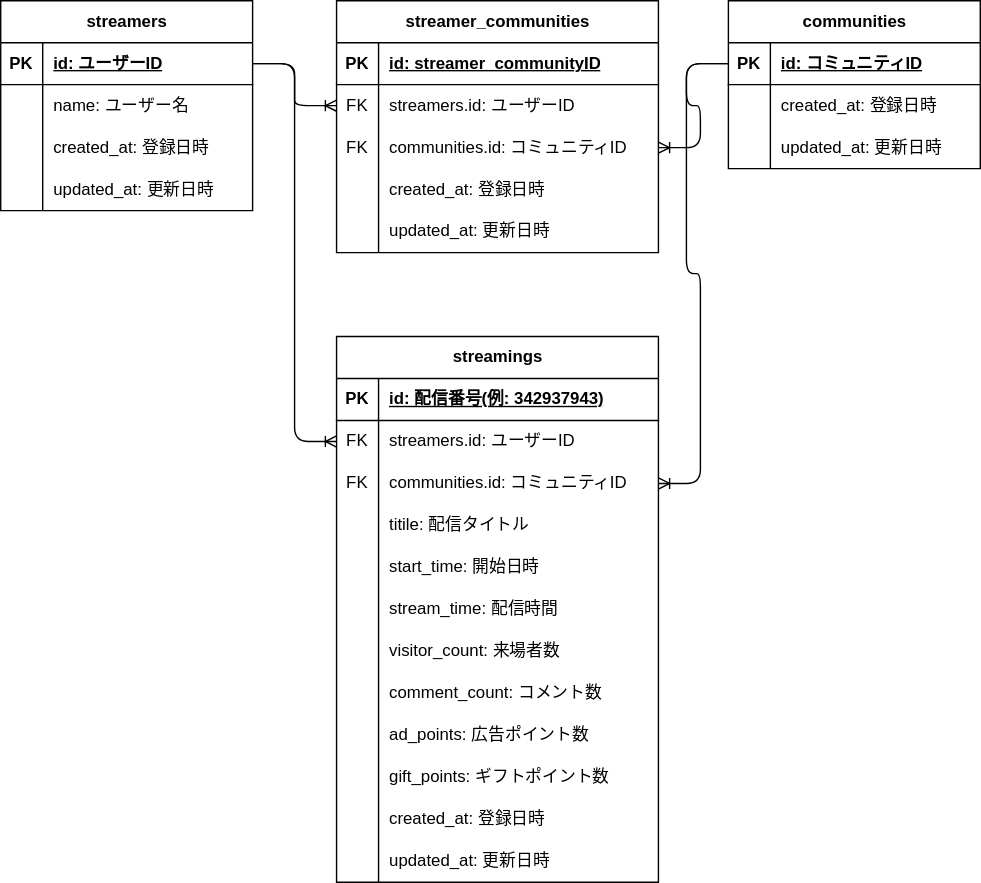
MASA20201203/NicodbLaravel keeps this draw.io diagram as ER図.drawio.svg. Above is the earlier version. Source tidied: cells renumbered, new cells last; positions are measured from the earlier drawing's top-left corner, leaving out a move shared by most shapes.
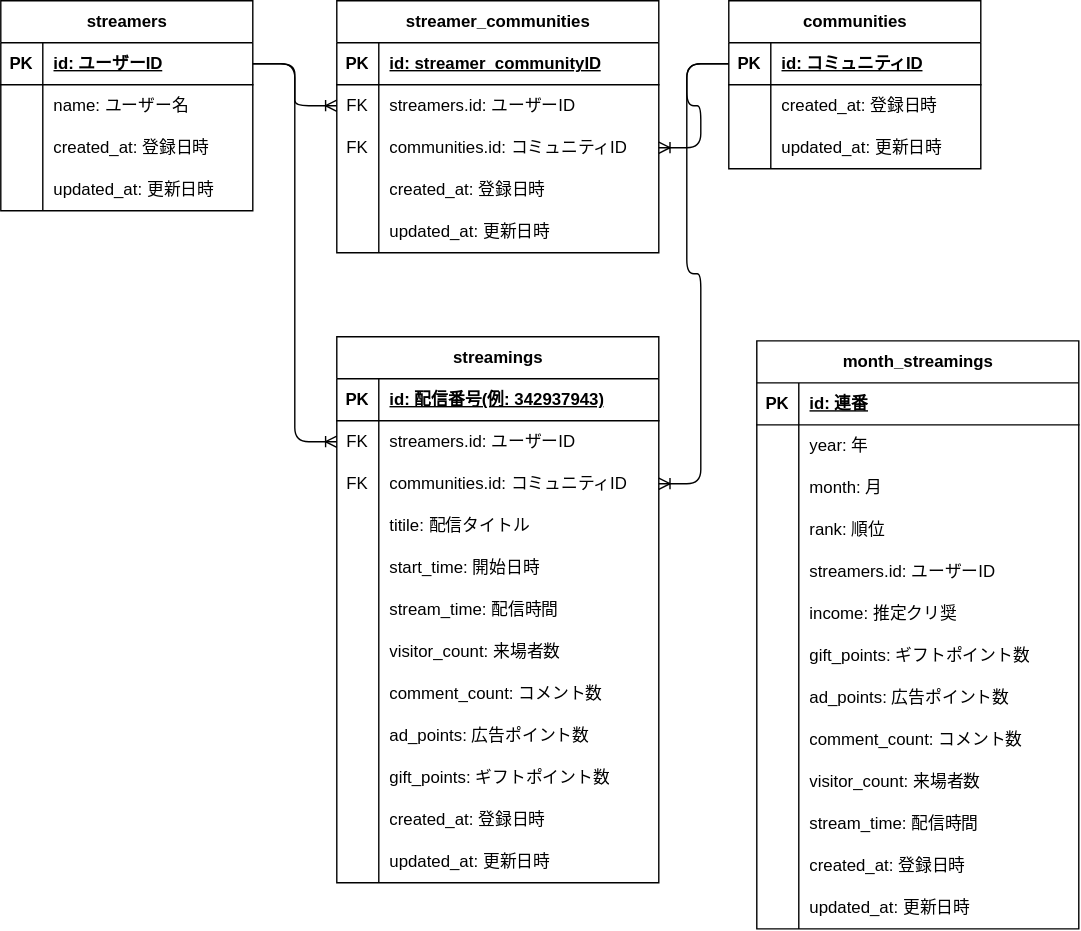
After the commit.

Commit message:
月毎の配信データ集計テーブルを追記

The edit, as a diff of the source:
```diff
@@ -247,5 +247,125 @@
         </Array>
       </mxGeometry>
     </mxCell>
+    <mxCell id="82" value="month_streamings" style="shape=table;startSize=30;rowLines=0;fontStyle=1;align=center;html=1;" parent="1" vertex="1">
+      <mxGeometry x="540" y="243" width="230" height="420" as="geometry" />
+    </mxCell>
+    <mxCell id="83" style="shape=tableRow;horizontal=0;startSize=0;swimlaneHead=0;swimlaneBody=0;fillColor=none;top=0;left=0;right=0;bottom=1;" parent="82" vertex="1">
+      <mxGeometry y="30" width="230" height="30" as="geometry" />
+    </mxCell>
+    <mxCell id="84" value="PK" style="shape=partialRectangle;fillColor=none;top=0;left=0;bottom=0;right=0;fontStyle=1;overflow=hidden;whiteSpace=wrap;html=1;" parent="83" vertex="1">
+      <mxGeometry width="30" height="30" as="geometry" />
+    </mxCell>
+    <mxCell id="85" value="id: 連番" style="shape=partialRectangle;fillColor=none;top=0;left=0;bottom=0;right=0;align=left;spacingLeft=6;fontStyle=5;overflow=hidden;whiteSpace=wrap;html=1;" parent="83" vertex="1">
+      <mxGeometry x="30" width="200" height="30" as="geometry" />
+    </mxCell>
+    <mxCell id="86" style="shape=tableRow;horizontal=0;startSize=0;swimlaneHead=0;swimlaneBody=0;fillColor=none;top=0;left=0;right=0;bottom=0;" parent="82" vertex="1">
+      <mxGeometry y="60" width="230" height="30" as="geometry" />
+    </mxCell>
+    <mxCell id="87" style="shape=partialRectangle;fillColor=none;top=0;left=0;bottom=0;right=0;overflow=hidden;whiteSpace=wrap;html=1;" parent="86" vertex="1">
+      <mxGeometry width="30" height="30" as="geometry" />
+    </mxCell>
+    <mxCell id="88" value="year: 年" style="shape=partialRectangle;fillColor=none;top=0;left=0;bottom=0;right=0;align=left;spacingLeft=6;overflow=hidden;whiteSpace=wrap;html=1;" parent="86" vertex="1">
+      <mxGeometry x="30" width="200" height="30" as="geometry" />
+    </mxCell>
+    <mxCell id="89" style="shape=tableRow;horizontal=0;startSize=0;swimlaneHead=0;swimlaneBody=0;fillColor=none;top=0;left=0;right=0;bottom=0;" parent="82" vertex="1">
+      <mxGeometry y="90" width="230" height="30" as="geometry" />
+    </mxCell>
+    <mxCell id="90" style="shape=partialRectangle;fillColor=none;top=0;left=0;bottom=0;right=0;overflow=hidden;whiteSpace=wrap;html=1;" parent="89" vertex="1">
+      <mxGeometry width="30" height="30" as="geometry" />
+    </mxCell>
+    <mxCell id="91" value="month: 月" style="shape=partialRectangle;fillColor=none;top=0;left=0;bottom=0;right=0;align=left;spacingLeft=6;overflow=hidden;whiteSpace=wrap;html=1;" parent="89" vertex="1">
+      <mxGeometry x="30" width="200" height="30" as="geometry" />
+    </mxCell>
+    <mxCell id="92" style="shape=tableRow;horizontal=0;startSize=0;swimlaneHead=0;swimlaneBody=0;fillColor=none;top=0;left=0;right=0;bottom=0;" parent="82" vertex="1">
+      <mxGeometry y="120" width="230" height="30" as="geometry" />
+    </mxCell>
+    <mxCell id="93" style="shape=partialRectangle;fillColor=none;top=0;left=0;bottom=0;right=0;overflow=hidden;whiteSpace=wrap;html=1;" parent="92" vertex="1">
+      <mxGeometry width="30" height="30" as="geometry" />
+    </mxCell>
+    <mxCell id="94" value="rank: 順位" style="shape=partialRectangle;fillColor=none;top=0;left=0;bottom=0;right=0;align=left;spacingLeft=6;overflow=hidden;whiteSpace=wrap;html=1;" parent="92" vertex="1">
+      <mxGeometry x="30" width="200" height="30" as="geometry" />
+    </mxCell>
+    <mxCell id="95" style="shape=tableRow;horizontal=0;startSize=0;swimlaneHead=0;swimlaneBody=0;fillColor=none;top=0;left=0;right=0;bottom=0;" parent="82" vertex="1">
+      <mxGeometry y="150" width="230" height="30" as="geometry" />
+    </mxCell>
+    <mxCell id="96" style="shape=partialRectangle;fillColor=none;top=0;left=0;bottom=0;right=0;overflow=hidden;whiteSpace=wrap;html=1;" parent="95" vertex="1">
+      <mxGeometry width="30" height="30" as="geometry" />
+    </mxCell>
+    <mxCell id="97" value="streamers.id: ユーザーID" style="shape=partialRectangle;fillColor=none;top=0;left=0;bottom=0;right=0;align=left;spacingLeft=6;overflow=hidden;whiteSpace=wrap;html=1;" parent="95" vertex="1">
+      <mxGeometry x="30" width="200" height="30" as="geometry" />
+    </mxCell>
+    <mxCell id="98" style="shape=tableRow;horizontal=0;startSize=0;swimlaneHead=0;swimlaneBody=0;fillColor=none;top=0;left=0;right=0;bottom=0;" parent="82" vertex="1">
+      <mxGeometry y="180" width="230" height="30" as="geometry" />
+    </mxCell>
+    <mxCell id="99" style="shape=partialRectangle;fillColor=none;top=0;left=0;bottom=0;right=0;overflow=hidden;whiteSpace=wrap;html=1;" parent="98" vertex="1">
+      <mxGeometry width="30" height="30" as="geometry" />
+    </mxCell>
+    <mxCell id="100" value="income: 推定クリ奨" style="shape=partialRectangle;fillColor=none;top=0;left=0;bottom=0;right=0;align=left;spacingLeft=6;overflow=hidden;whiteSpace=wrap;html=1;" parent="98" vertex="1">
+      <mxGeometry x="30" width="200" height="30" as="geometry" />
+    </mxCell>
+    <mxCell id="101" style="shape=tableRow;horizontal=0;startSize=0;swimlaneHead=0;swimlaneBody=0;fillColor=none;top=0;left=0;right=0;bottom=0;" parent="82" vertex="1">
+      <mxGeometry y="210" width="230" height="30" as="geometry" />
+    </mxCell>
+    <mxCell id="102" style="shape=partialRectangle;fillColor=none;top=0;left=0;bottom=0;right=0;overflow=hidden;whiteSpace=wrap;html=1;" parent="101" vertex="1">
+      <mxGeometry width="30" height="30" as="geometry" />
+    </mxCell>
+    <mxCell id="103" value="gift_points: ギフトポイント数" style="shape=partialRectangle;fillColor=none;top=0;left=0;bottom=0;right=0;align=left;spacingLeft=6;overflow=hidden;whiteSpace=wrap;html=1;" parent="101" vertex="1">
+      <mxGeometry x="30" width="200" height="30" as="geometry" />
+    </mxCell>
+    <mxCell id="104" style="shape=tableRow;horizontal=0;startSize=0;swimlaneHead=0;swimlaneBody=0;fillColor=none;top=0;left=0;right=0;bottom=0;" parent="82" vertex="1">
+      <mxGeometry y="240" width="230" height="30" as="geometry" />
+    </mxCell>
+    <mxCell id="105" style="shape=partialRectangle;fillColor=none;top=0;left=0;bottom=0;right=0;overflow=hidden;whiteSpace=wrap;html=1;" parent="104" vertex="1">
+      <mxGeometry width="30" height="30" as="geometry" />
+    </mxCell>
+    <mxCell id="106" value="ad_points: 広告ポイント数" style="shape=partialRectangle;fillColor=none;top=0;left=0;bottom=0;right=0;align=left;spacingLeft=6;overflow=hidden;whiteSpace=wrap;html=1;" parent="104" vertex="1">
+      <mxGeometry x="30" width="200" height="30" as="geometry" />
+    </mxCell>
+    <mxCell id="107" style="shape=tableRow;horizontal=0;startSize=0;swimlaneHead=0;swimlaneBody=0;fillColor=none;top=0;left=0;right=0;bottom=0;" parent="82" vertex="1">
+      <mxGeometry y="270" width="230" height="30" as="geometry" />
+    </mxCell>
+    <mxCell id="108" style="shape=partialRectangle;fillColor=none;top=0;left=0;bottom=0;right=0;overflow=hidden;whiteSpace=wrap;html=1;" parent="107" vertex="1">
+      <mxGeometry width="30" height="30" as="geometry" />
+    </mxCell>
+    <mxCell id="109" value="comment_count: コメント数" style="shape=partialRectangle;fillColor=none;top=0;left=0;bottom=0;right=0;align=left;spacingLeft=6;overflow=hidden;whiteSpace=wrap;html=1;" parent="107" vertex="1">
+      <mxGeometry x="30" width="200" height="30" as="geometry" />
+    </mxCell>
+    <mxCell id="110" style="shape=tableRow;horizontal=0;startSize=0;swimlaneHead=0;swimlaneBody=0;fillColor=none;top=0;left=0;right=0;bottom=0;" parent="82" vertex="1">
+      <mxGeometry y="300" width="230" height="30" as="geometry" />
+    </mxCell>
+    <mxCell id="111" style="shape=partialRectangle;fillColor=none;top=0;left=0;bottom=0;right=0;overflow=hidden;whiteSpace=wrap;html=1;" parent="110" vertex="1">
+      <mxGeometry width="30" height="30" as="geometry" />
+    </mxCell>
+    <mxCell id="112" value="visitor_count: 来場者数" style="shape=partialRectangle;fillColor=none;top=0;left=0;bottom=0;right=0;align=left;spacingLeft=6;overflow=hidden;whiteSpace=wrap;html=1;" parent="110" vertex="1">
+      <mxGeometry x="30" width="200" height="30" as="geometry" />
+    </mxCell>
+    <mxCell id="113" style="shape=tableRow;horizontal=0;startSize=0;swimlaneHead=0;swimlaneBody=0;fillColor=none;top=0;left=0;right=0;bottom=0;" parent="82" vertex="1">
+      <mxGeometry y="330" width="230" height="30" as="geometry" />
+    </mxCell>
+    <mxCell id="114" style="shape=partialRectangle;fillColor=none;top=0;left=0;bottom=0;right=0;overflow=hidden;whiteSpace=wrap;html=1;" parent="113" vertex="1">
+      <mxGeometry width="30" height="30" as="geometry" />
+    </mxCell>
+    <mxCell id="115" value="stream_time: 配信時間" style="shape=partialRectangle;fillColor=none;top=0;left=0;bottom=0;right=0;align=left;spacingLeft=6;overflow=hidden;whiteSpace=wrap;html=1;" parent="113" vertex="1">
+      <mxGeometry x="30" width="200" height="30" as="geometry" />
+    </mxCell>
+    <mxCell id="116" style="shape=tableRow;horizontal=0;startSize=0;swimlaneHead=0;swimlaneBody=0;fillColor=none;top=0;left=0;right=0;bottom=0;" parent="82" vertex="1">
+      <mxGeometry y="360" width="230" height="30" as="geometry" />
+    </mxCell>
+    <mxCell id="117" style="shape=partialRectangle;fillColor=none;top=0;left=0;bottom=0;right=0;overflow=hidden;whiteSpace=wrap;html=1;" parent="116" vertex="1">
+      <mxGeometry width="30" height="30" as="geometry" />
+    </mxCell>
+    <mxCell id="118" value="created_at: 登録日時" style="shape=partialRectangle;fillColor=none;top=0;left=0;bottom=0;right=0;align=left;spacingLeft=6;overflow=hidden;whiteSpace=wrap;html=1;" parent="116" vertex="1">
+      <mxGeometry x="30" width="200" height="30" as="geometry" />
+    </mxCell>
+    <mxCell id="119" style="shape=tableRow;horizontal=0;startSize=0;swimlaneHead=0;swimlaneBody=0;fillColor=none;top=0;left=0;right=0;bottom=0;" parent="82" vertex="1">
+      <mxGeometry y="390" width="230" height="30" as="geometry" />
+    </mxCell>
+    <mxCell id="120" style="shape=partialRectangle;fillColor=none;top=0;left=0;bottom=0;right=0;overflow=hidden;whiteSpace=wrap;html=1;" parent="119" vertex="1">
+      <mxGeometry width="30" height="30" as="geometry" />
+    </mxCell>
+    <mxCell id="121" value="updated_at: 更新日時" style="shape=partialRectangle;fillColor=none;top=0;left=0;bottom=0;right=0;align=left;spacingLeft=6;overflow=hidden;whiteSpace=wrap;html=1;" parent="119" vertex="1">
+      <mxGeometry x="30" width="200" height="30" as="geometry" />
+    </mxCell>
   </root>
 </mxGraphModel>
```
